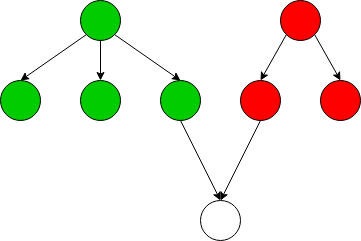
The draw.io diagram docs/Wiki/Parallelisation/diagrams/rendered/graph.png in butterplup/Task-Scheduler, before a commit. Source tidied: cells renumbered, new cells last; positions are measured from the earlier drawing's top-left corner, leaving out a move shared by most shapes.
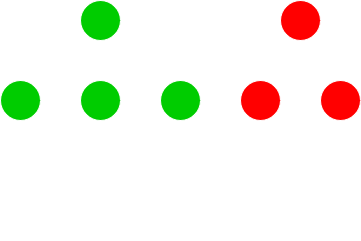
The same file after the commit.

What changed in the source:
```diff
@@ -2,49 +2,49 @@
   <root>
     <mxCell id="0" />
     <mxCell id="1" parent="0" />
-    <mxCell id="2" style="ellipse;whiteSpace=wrap;html=1;fillColor=#00CC00;" parent="1" vertex="1">
+    <mxCell id="2" style="ellipse;whiteSpace=wrap;html=1;fillColor=#00CC00;strokeColor=#FFFFFF;" parent="1" vertex="1">
       <mxGeometry x="80" width="40" height="40" as="geometry" />
     </mxCell>
-    <mxCell id="3" style="ellipse;whiteSpace=wrap;html=1;fillColor=#FF0000;" parent="1" vertex="1">
+    <mxCell id="3" style="ellipse;whiteSpace=wrap;html=1;fillColor=#FF0000;strokeColor=#FFFFFF;" parent="1" vertex="1">
       <mxGeometry x="280" width="40" height="40" as="geometry" />
     </mxCell>
-    <mxCell id="4" style="ellipse;whiteSpace=wrap;html=1;fillColor=#00CC00;" parent="1" vertex="1">
+    <mxCell id="4" style="ellipse;whiteSpace=wrap;html=1;fillColor=#00CC00;strokeColor=#FFFFFF;" parent="1" vertex="1">
       <mxGeometry y="80" width="40" height="40" as="geometry" />
     </mxCell>
-    <mxCell id="5" style="endArrow=classic;html=1;exitX=0;exitY=1;exitDx=0;exitDy=0;entryX=0.5;entryY=0;entryDx=0;entryDy=0;" parent="1" edge="1" source="2" target="4">
+    <mxCell id="5" style="endArrow=classic;html=1;exitX=0;exitY=1;exitDx=0;exitDy=0;entryX=0.5;entryY=0;entryDx=0;entryDy=0;strokeColor=#FFFFFF;" parent="1" edge="1" source="2" target="4">
       <mxGeometry relative="1" as="geometry" />
     </mxCell>
-    <mxCell id="6" style="ellipse;whiteSpace=wrap;html=1;fillColor=#00CC00;" parent="1" vertex="1">
+    <mxCell id="6" style="ellipse;whiteSpace=wrap;html=1;fillColor=#00CC00;strokeColor=#FFFFFF;" parent="1" vertex="1">
       <mxGeometry x="80" y="80" width="40" height="40" as="geometry" />
     </mxCell>
-    <mxCell id="7" style="ellipse;whiteSpace=wrap;html=1;fillColor=#00CC00;" parent="1" vertex="1">
+    <mxCell id="7" style="ellipse;whiteSpace=wrap;html=1;fillColor=#00CC00;strokeColor=#FFFFFF;" parent="1" vertex="1">
       <mxGeometry x="160" y="80" width="40" height="40" as="geometry" />
     </mxCell>
-    <mxCell id="8" style="endArrow=classic;html=1;exitX=0.5;exitY=1;exitDx=0;exitDy=0;entryX=0.5;entryY=0;entryDx=0;entryDy=0;" parent="1" edge="1" source="2" target="6">
+    <mxCell id="8" style="endArrow=classic;html=1;exitX=0.5;exitY=1;exitDx=0;exitDy=0;entryX=0.5;entryY=0;entryDx=0;entryDy=0;strokeColor=#FFFFFF;" parent="1" edge="1" source="2" target="6">
       <mxGeometry relative="1" as="geometry" />
     </mxCell>
-    <mxCell id="9" style="endArrow=classic;html=1;exitX=1;exitY=1;exitDx=0;exitDy=0;entryX=0.5;entryY=0;entryDx=0;entryDy=0;" parent="1" edge="1" source="2" target="7">
+    <mxCell id="9" style="endArrow=classic;html=1;exitX=1;exitY=1;exitDx=0;exitDy=0;entryX=0.5;entryY=0;entryDx=0;entryDy=0;strokeColor=#FFFFFF;" parent="1" edge="1" source="2" target="7">
       <mxGeometry relative="1" as="geometry" />
     </mxCell>
-    <mxCell id="10" style="ellipse;whiteSpace=wrap;html=1;fillColor=#FF0000;" parent="1" vertex="1">
+    <mxCell id="10" style="ellipse;whiteSpace=wrap;html=1;fillColor=#FF0000;strokeColor=#FFFFFF;" parent="1" vertex="1">
       <mxGeometry x="240" y="80" width="40" height="40" as="geometry" />
     </mxCell>
-    <mxCell id="11" style="ellipse;whiteSpace=wrap;html=1;fillColor=#FF0000;" parent="1" vertex="1">
+    <mxCell id="11" style="ellipse;whiteSpace=wrap;html=1;fillColor=#FF0000;strokeColor=#FFFFFF;" parent="1" vertex="1">
       <mxGeometry x="320" y="80" width="40" height="40" as="geometry" />
     </mxCell>
-    <mxCell id="12" style="endArrow=classic;html=1;exitX=0;exitY=1;exitDx=0;exitDy=0;entryX=0.5;entryY=0;entryDx=0;entryDy=0;" parent="1" edge="1" source="3" target="10">
+    <mxCell id="12" style="endArrow=classic;html=1;exitX=0;exitY=1;exitDx=0;exitDy=0;entryX=0.5;entryY=0;entryDx=0;entryDy=0;strokeColor=#FFFFFF;" parent="1" edge="1" source="3" target="10">
       <mxGeometry relative="1" as="geometry" />
     </mxCell>
-    <mxCell id="13" style="endArrow=classic;html=1;exitX=1;exitY=1;exitDx=0;exitDy=0;entryX=0.5;entryY=0;entryDx=0;entryDy=0;" parent="1" edge="1" source="3" target="11">
+    <mxCell id="13" style="endArrow=classic;html=1;exitX=1;exitY=1;exitDx=0;exitDy=0;entryX=0.5;entryY=0;entryDx=0;entryDy=0;strokeColor=#FFFFFF;" parent="1" edge="1" source="3" target="11">
       <mxGeometry relative="1" as="geometry" />
     </mxCell>
-    <mxCell id="14" style="ellipse;whiteSpace=wrap;html=1;fillColor=none;" parent="1" vertex="1">
+    <mxCell id="14" style="ellipse;whiteSpace=wrap;html=1;fillColor=none;strokeColor=#FFFFFF;" parent="1" vertex="1">
       <mxGeometry x="200" y="200" width="40" height="40" as="geometry" />
     </mxCell>
-    <mxCell id="15" style="endArrow=classic;html=1;exitX=0.5;exitY=1;exitDx=0;exitDy=0;entryX=0.5;entryY=0;entryDx=0;entryDy=0;" parent="1" edge="1" source="7" target="14">
+    <mxCell id="15" style="endArrow=classic;html=1;exitX=0.5;exitY=1;exitDx=0;exitDy=0;entryX=0.5;entryY=0;entryDx=0;entryDy=0;strokeColor=#FFFFFF;" parent="1" edge="1" source="7" target="14">
       <mxGeometry relative="1" as="geometry" />
     </mxCell>
-    <mxCell id="16" style="endArrow=classic;html=1;exitX=0.5;exitY=1;exitDx=0;exitDy=0;" parent="1" edge="1" source="10">
+    <mxCell id="16" style="endArrow=classic;html=1;exitX=0.5;exitY=1;exitDx=0;exitDy=0;strokeColor=#FFFFFF;" parent="1" edge="1" source="10">
       <mxGeometry relative="1" as="geometry">
         <mxPoint x="220" y="200" as="targetPoint" />
       </mxGeometry>
```
